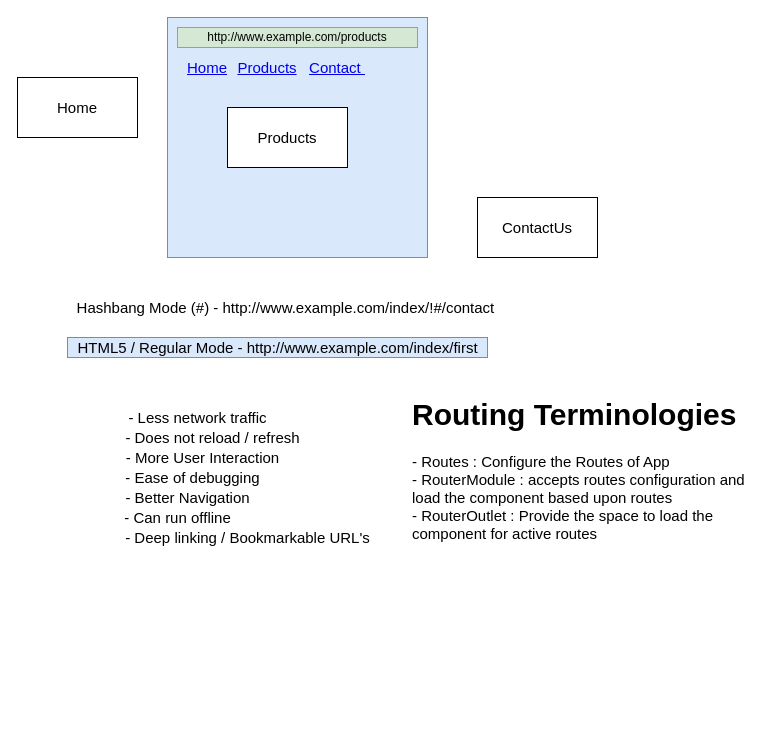
Earlier version of the draw.io diagram page "Page-12" (12 of 12) of diagrams.drawio (synergy2411/genpact-dec21). Source tidied: cells renumbered, new cells numbered last; positions are measured from the earlier drawing's top-left corner, leaving out a move shared by most shapes. Both pictures are drawn from the tidied source at 100%, with x=0, y=0 at pixel (17, 17).
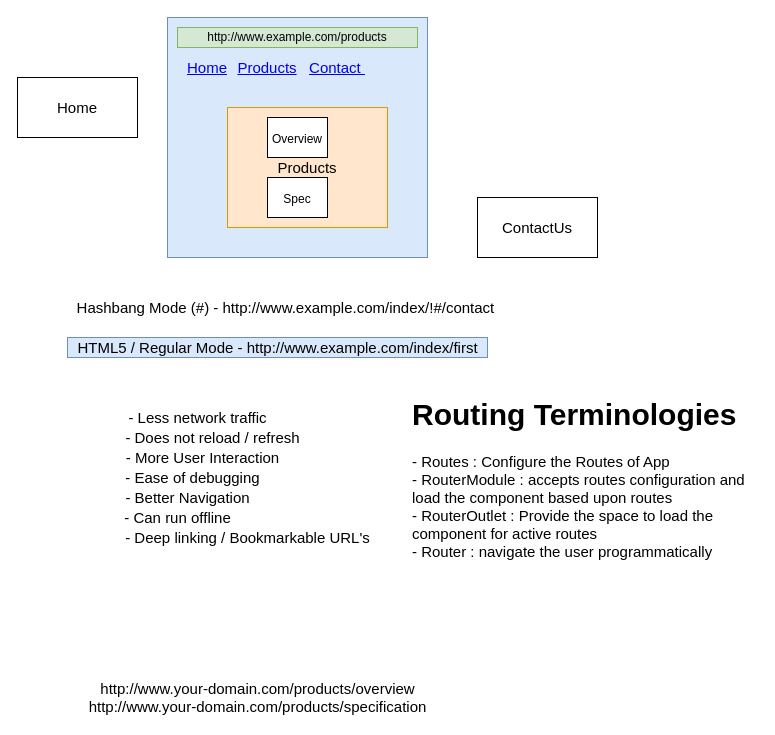
After the change.

What changed in the source:
```diff
@@
-    <mxCell id="7" value="Products" style="rounded=0;whiteSpace=wrap;html=1;fontSize=15;" parent="1" vertex="1">
-      <mxGeometry x="210" y="90" width="120" height="60" as="geometry" />
+    <mxCell id="7" value="Products" style="rounded=0;whiteSpace=wrap;html=1;fontSize=15;fillColor=#ffe6cc;strokeColor=#d79b00;" parent="1" vertex="1">
+      <mxGeometry x="210" y="90" width="160" height="120" as="geometry" />
     </mxCell>
@@
-    <mxCell id="19" value="&lt;h1&gt;Routing Terminologies&lt;/h1&gt;&lt;div&gt;- Routes : Configure the Routes of App&lt;/div&gt;&lt;div&gt;- RouterModule : accepts routes configuration and load the component based upon routes&lt;/div&gt;&lt;div&gt;- RouterOutlet : Provide the space to load the component for active routes&lt;/div&gt;" style="text;html=1;strokeColor=none;fillColor=none;spacing=5;spacingTop=-20;whiteSpace=wrap;overflow=hidden;rounded=0;fontSize=15;" parent="1" vertex="1">
+    <mxCell id="19" value="&lt;h1&gt;Routing Terminologies&lt;/h1&gt;&lt;div&gt;- Routes : Configure the Routes of App&lt;/div&gt;&lt;div&gt;- RouterModule : accepts routes configuration and load the component based upon routes&lt;/div&gt;&lt;div&gt;- RouterOutlet : Provide the space to load the component for active routes&lt;/div&gt;&lt;div&gt;- Router : navigate the user programmatically&lt;b&gt;&amp;nbsp;&lt;/b&gt;&lt;/div&gt;" style="text;html=1;strokeColor=none;fillColor=none;spacing=5;spacingTop=-20;whiteSpace=wrap;overflow=hidden;rounded=0;fontSize=15;" parent="1" vertex="1">
       <mxGeometry x="390" y="370" width="350" height="260" as="geometry" />
     </mxCell>
+    <mxCell id="20" value="http://www.your-domain.com/products/overview&lt;br&gt;http://www.your-domain.com/products/specification" style="text;html=1;align=center;verticalAlign=middle;strokeColor=none;fillColor=none;fontSize=15;" parent="1" vertex="1">
+      <mxGeometry x="65" y="660" width="350" height="40" as="geometry" />
+    </mxCell>
+    <mxCell id="21" value="&lt;font style=&quot;font-size: 12px&quot;&gt;Overview&lt;/font&gt;" style="rounded=0;whiteSpace=wrap;html=1;fontSize=15;" parent="1" vertex="1">
+      <mxGeometry x="250" y="100" width="60" height="40" as="geometry" />
+    </mxCell>
+    <mxCell id="22" value="&lt;font style=&quot;font-size: 12px&quot;&gt;Spec&lt;/font&gt;" style="rounded=0;whiteSpace=wrap;html=1;fontSize=15;" parent="1" vertex="1">
+      <mxGeometry x="250" y="160" width="60" height="40" as="geometry" />
+    </mxCell>
```
